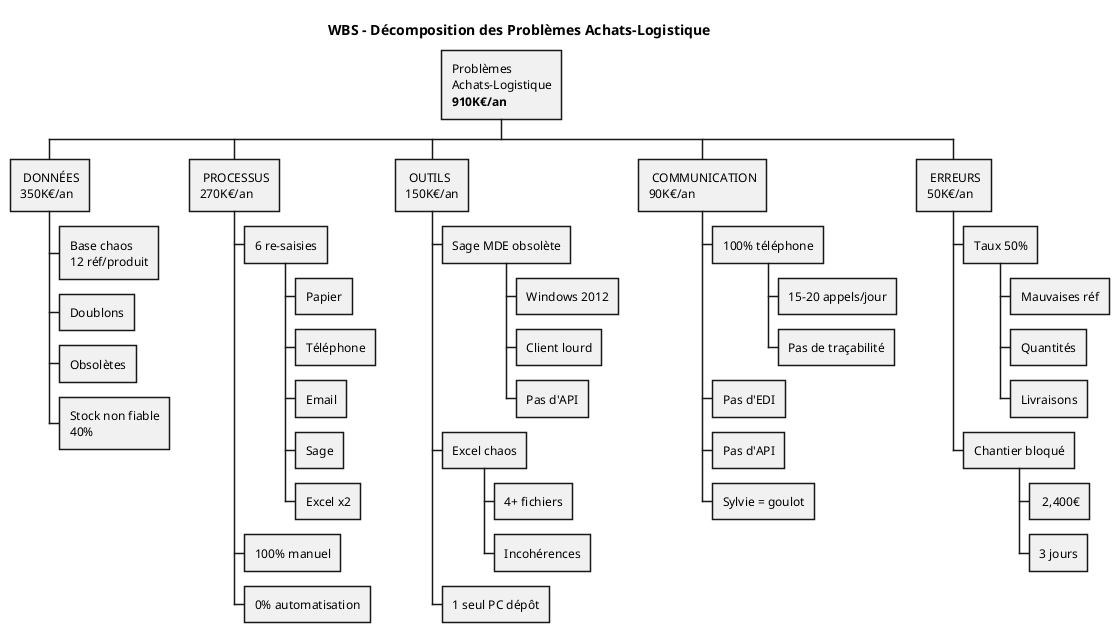
The PlantUML diagram Achats-Logistique/uml/WBS_Problemes_Achats_Logistique.png in JordanSerafini/Audit_Duret, before a commit.
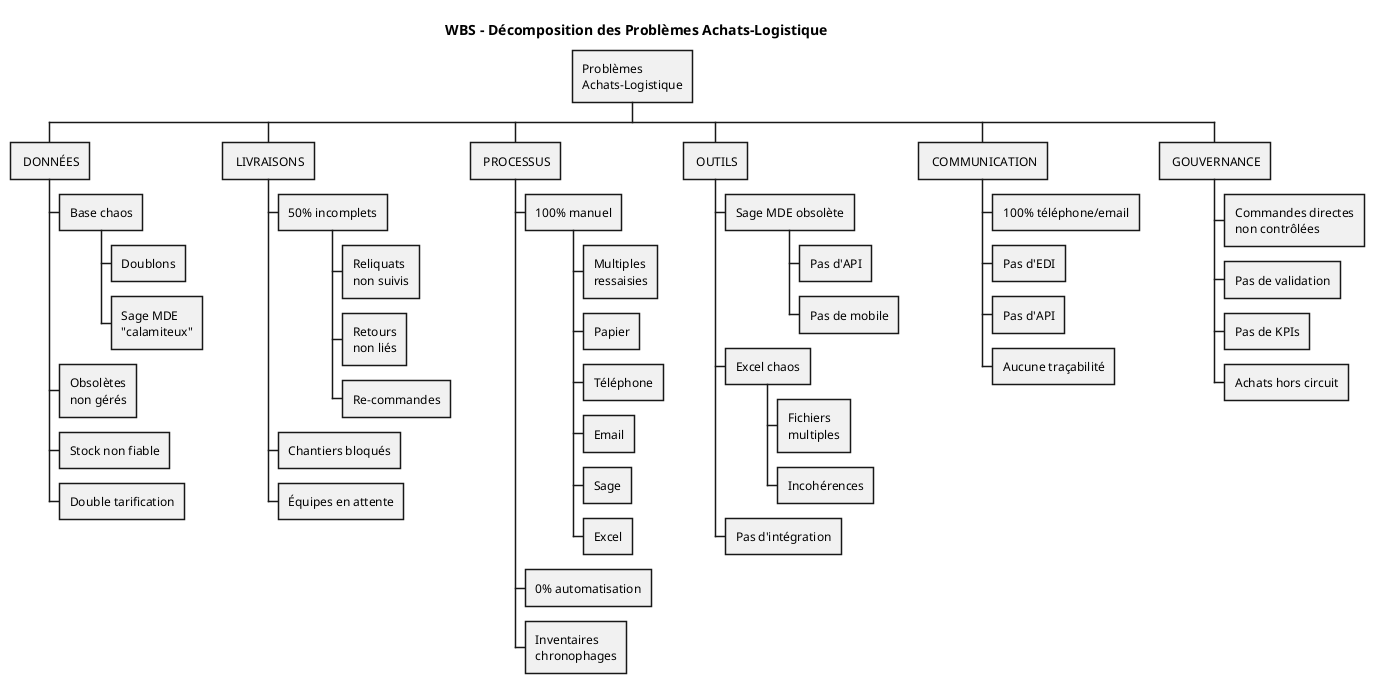
The same diagram one commit later.

What changed in the source:
```diff
@@ -2,49 +2,54 @@
 
 title WBS - Décomposition des Problèmes Achats-Logistique
 
-* Problèmes\nAchats-Logistique\n**910K€/an**
+* Problèmes\nAchats-Logistique
 
-** 🔴 DONNÉES\n350K€/an
-*** Base chaos\n12 réf/produit
-*** Doublons
-*** Obsolètes
-*** Stock non fiable\n40%
+** 🔴 DONNÉES
+*** Base chaos
+**** Doublons
+**** Sage MDE\n"calamiteux"
+*** Obsolètes\nnon gérés
+*** Stock non fiable
+*** Double tarification
 
-** 🔴 PROCESSUS\n270K€/an
-*** 6 re-saisies
+** 🔴 LIVRAISONS
+*** 50% incomplets
+**** Reliquats\nnon suivis
+**** Retours\nnon liés
+**** Re-commandes
+*** Chantiers bloqués
+*** Équipes en attente
+
+** 🔴 PROCESSUS
+*** 100% manuel
+**** Multiples\nressaisies
 **** Papier
 **** Téléphone
 **** Email
 **** Sage
-**** Excel x2
-*** 100% manuel
+**** Excel
 *** 0% automatisation
+*** Inventaires\nchronophages
 
-** 🔴 OUTILS\n150K€/an
+** 🔴 OUTILS
 *** Sage MDE obsolète
-**** Windows 2012
-**** Client lourd
 **** Pas d'API
+**** Pas de mobile
 *** Excel chaos
-**** 4+ fichiers
+**** Fichiers\nmultiples
 **** Incohérences
-*** 1 seul PC dépôt
+*** Pas d'intégration
 
-** 🔴 COMMUNICATION\n90K€/an
-*** 100% téléphone
-**** 15-20 appels/jour
-**** Pas de traçabilité
+** 🔴 COMMUNICATION
+*** 100% téléphone/email
 *** Pas d'EDI
 *** Pas d'API
-*** Sylvie = goulot
+*** Aucune traçabilité
 
-** 🔴 ERREURS\n50K€/an
-*** Taux 50%
-**** Mauvaises réf
-**** Quantités
-**** Livraisons
-*** Chantier bloqué
-**** 💰 2,400€
-**** 3 jours
+** 🔴 GOUVERNANCE
+*** Commandes directes\nnon contrôlées
+*** Pas de validation
+*** Pas de KPIs
+*** Achats hors circuit
 
 @endwbs
```
